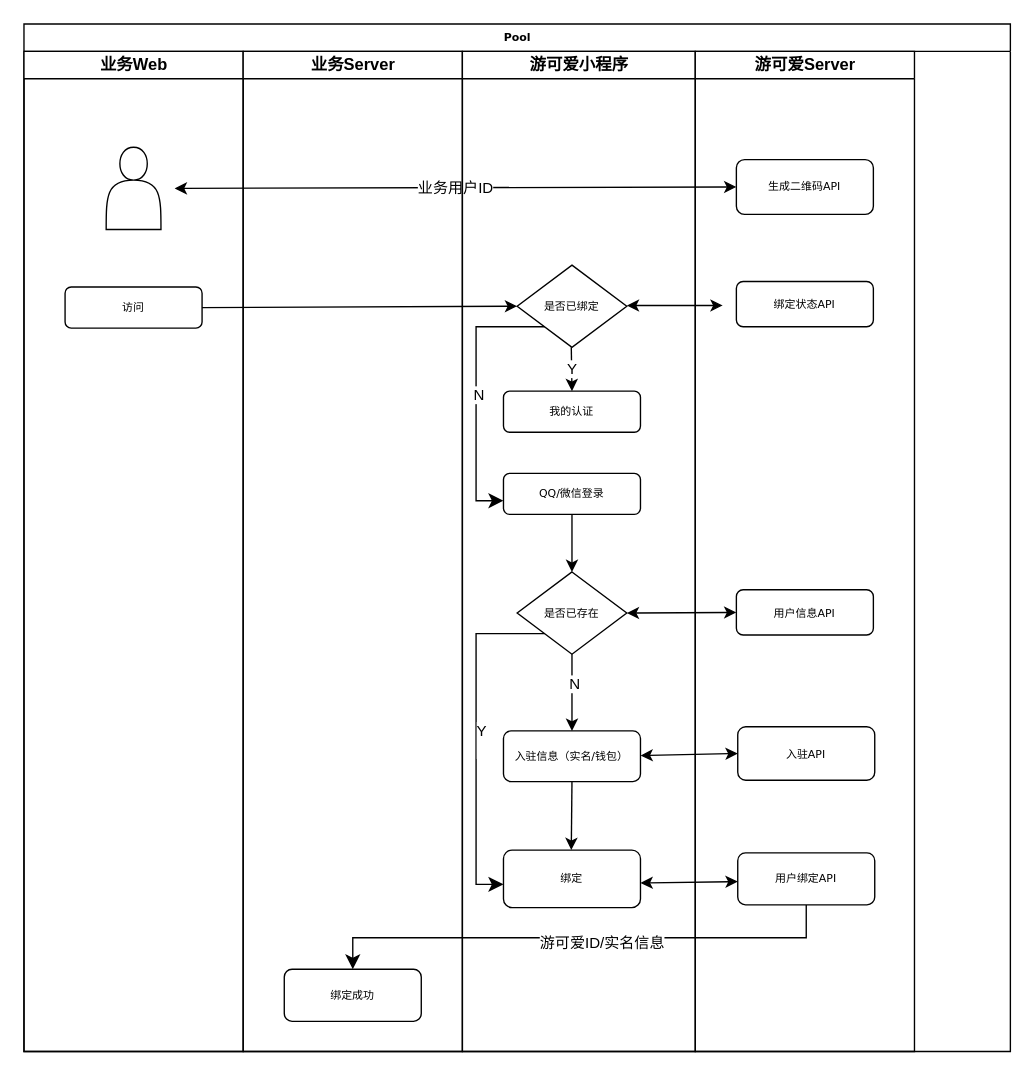
The draw.io diagram 2024/03/07/hello-world/未命名绘图.drawio in caiziqi33/caiziqi33.github.io, before the edit. Source tidied: cells renumbered, new cells numbered last; positions are measured from the earlier drawing's top-left corner, leaving out a move shared by most shapes. Both pictures are drawn from the tidied source at 137%, with x=0, y=0 at pixel (23, 23).
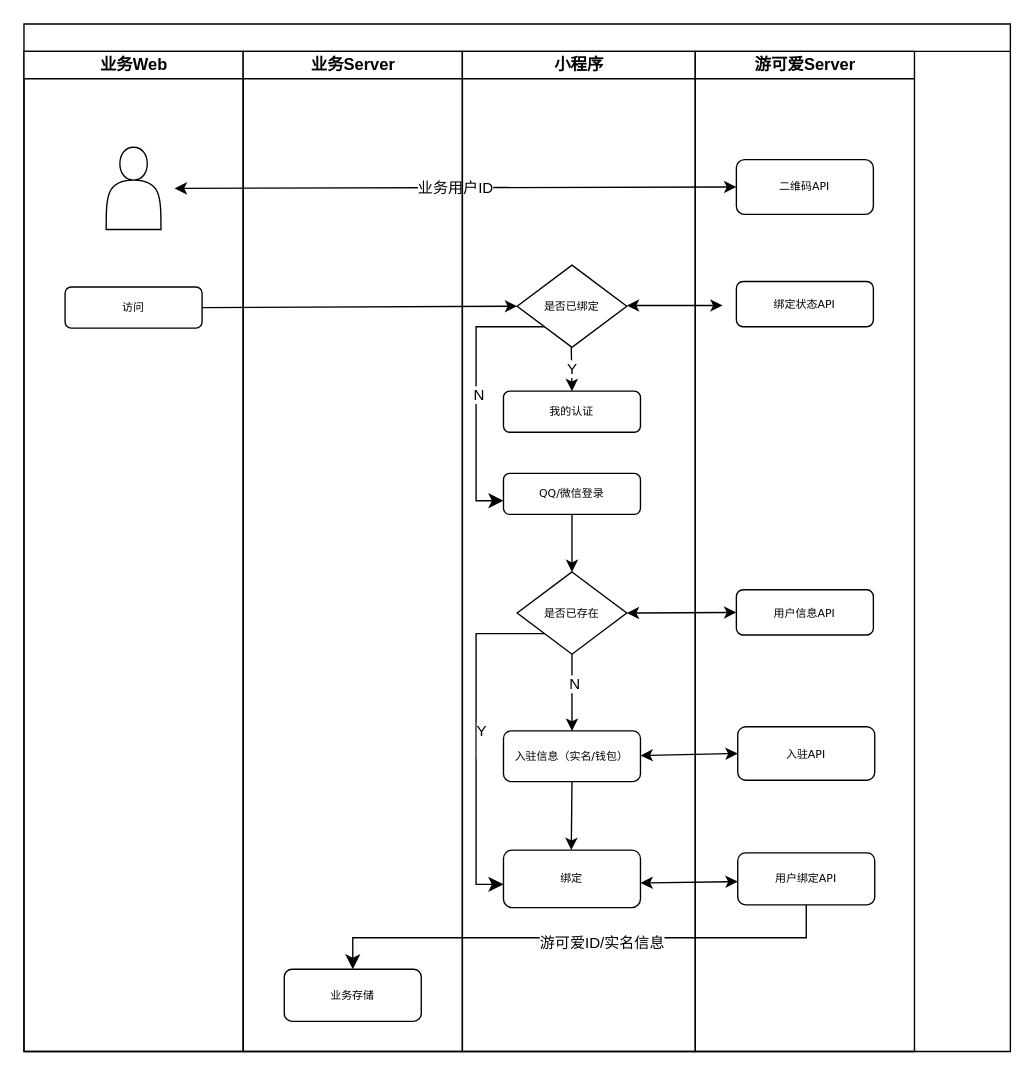
The same diagram, later.

Commit message (it also covers changes not shown here):
更新未命名绘图.drawio

The change refers to these unchanged cells:
```xml
<mxCell id="8" value="业务Server" style="swimlane;html=1;startSize=20;" parent="2" vertex="1">
  <mxGeometry x="160" y="20" width="160" height="730" as="geometry" />
</mxCell>
<mxCell id="28" value="游可爱Server" style="swimlane;html=1;startSize=20;" parent="2" vertex="1">
  <mxGeometry x="490" y="20" width="160" height="730" as="geometry" />
</mxCell>
```

The edit, as a diff of the source:
```diff
@@
-    <mxCell id="2" value="Pool" style="swimlane;html=1;startSize=20;rounded=0;shadow=0;labelBackgroundColor=none;strokeWidth=1;fontFamily=Verdana;fontSize=8;align=center;" parent="1" vertex="1">
+    <mxCell id="2" style="swimlane;html=1;startSize=20;rounded=0;shadow=0;labelBackgroundColor=none;strokeWidth=1;fontFamily=Verdana;fontSize=8;align=center;" parent="1" vertex="1">
       <mxGeometry width="720" height="750" as="geometry" />
     </mxCell>
@@
-    <mxCell id="9" value="绑定成功" style="rounded=1;whiteSpace=wrap;html=1;shadow=0;labelBackgroundColor=none;strokeWidth=1;fontFamily=Verdana;fontSize=8;align=center;" parent="8" vertex="1">
+    <mxCell id="9" value="业务存储" style="rounded=1;whiteSpace=wrap;html=1;shadow=0;labelBackgroundColor=none;strokeWidth=1;fontFamily=Verdana;fontSize=8;align=center;" parent="8" vertex="1">
       <mxGeometry x="30" y="670" width="100" height="38" as="geometry" />
     </mxCell>
-    <mxCell id="10" value="游可爱小程序" style="swimlane;html=1;startSize=20;" parent="2" vertex="1">
+    <mxCell id="10" value="小程序" style="swimlane;html=1;startSize=20;" parent="2" vertex="1">
       <mxGeometry x="320" y="20" width="170" height="730" as="geometry" />
     </mxCell>
@@
-    <mxCell id="31" value="生成二维码API" style="rounded=1;whiteSpace=wrap;html=1;shadow=0;labelBackgroundColor=none;strokeWidth=1;fontFamily=Verdana;fontSize=8;align=center;" parent="28" vertex="1">
+    <mxCell id="31" value="二维码API" style="rounded=1;whiteSpace=wrap;html=1;shadow=0;labelBackgroundColor=none;strokeWidth=1;fontFamily=Verdana;fontSize=8;align=center;" parent="28" vertex="1">
       <mxGeometry x="30" y="79" width="100" height="40" as="geometry" />
     </mxCell>
```
